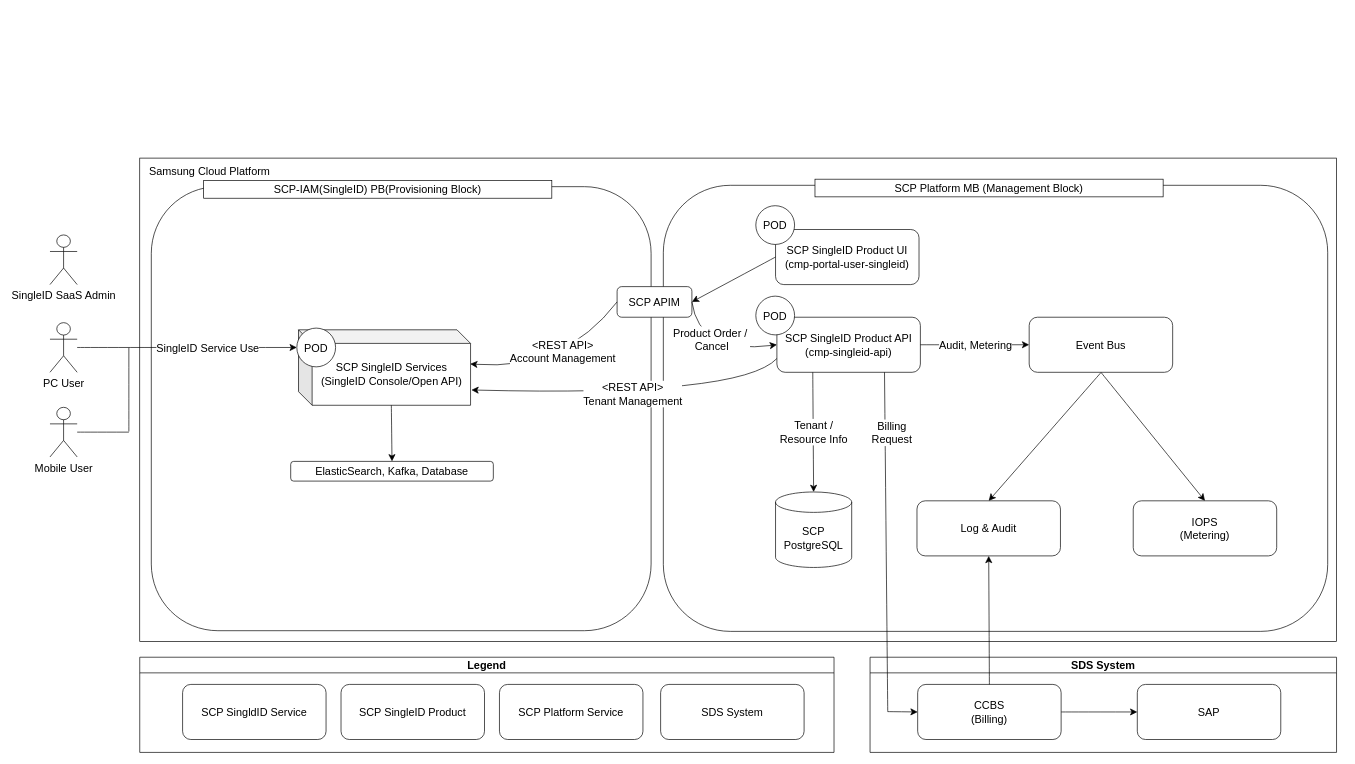
This is Projects/inCompany/cmp_singleid_api.drawio from EST-94/workflows_diagram, a draw.io file, before an edit. Source tidied: cells renumbered, new cells numbered last; positions are measured from the earlier drawing's top-left corner, leaving out a move shared by most shapes. Both pictures are drawn from the tidied source at 68%, with x=0, y=0 at pixel (50, 158).
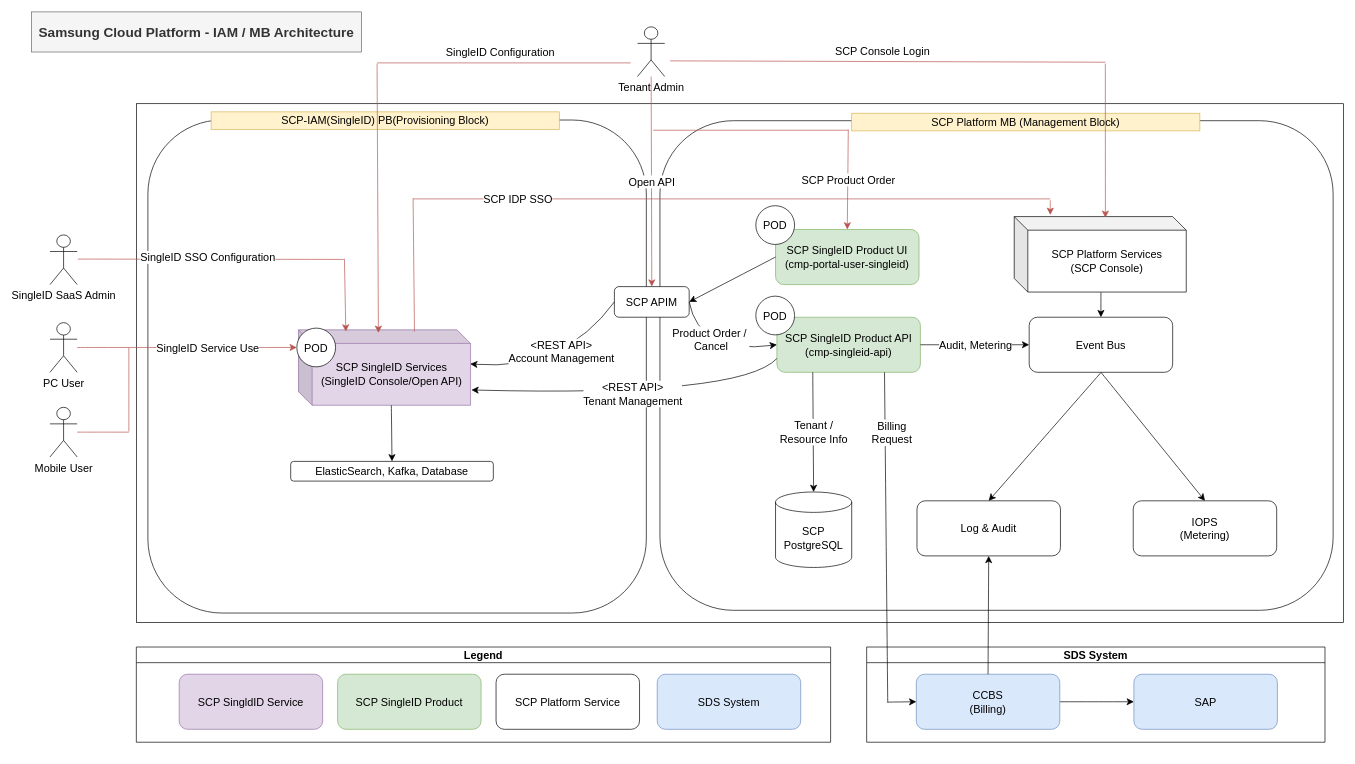
After the change.

Commit message:
IAM/MB Arch

Unchanged cells that the change refers to:
```xml
<mxCell id="13" value="Event Bus" style="rounded=1;whiteSpace=wrap;html=1;fontSize=16;" parent="1" vertex="1">
  <mxGeometry x="1440" y="234" width="211" height="81" as="geometry" />
</mxCell>
<mxCell id="36" value="POD" style="ellipse;whiteSpace=wrap;html=1;fontSize=16;" parent="1" vertex="1">
  <mxGeometry x="363" y="250" width="57" height="57" as="geometry" />
</mxCell>
<mxCell id="49" value="PC User" style="shape=umlActor;verticalLabelPosition=bottom;verticalAlign=top;html=1;outlineConnect=0;fontSize=16;" parent="1" vertex="1">
  <mxGeometry y="242" width="40" height="73" as="geometry" />
</mxCell>
<mxCell id="50" value="Mobile User" style="shape=umlActor;verticalLabelPosition=bottom;verticalAlign=top;html=1;outlineConnect=0;fontSize=16;" parent="1" vertex="1">
  <mxGeometry y="366.5" width="40" height="73" as="geometry" />
</mxCell>
```

The edit, as a diff of the source:
```diff
@@
     <mxCell id="2" style="rounded=0;whiteSpace=wrap;html=1;fontSize=16;" parent="1" vertex="1">
-      <mxGeometry x="132" width="1760" height="711" as="geometry" />
+      <mxGeometry x="127" y="-80" width="1775" height="763" as="geometry" />
     </mxCell>
-    <mxCell id="3" value="Samsung Cloud Platform" style="text;html=1;strokeColor=none;fillColor=none;align=left;verticalAlign=middle;whiteSpace=wrap;rounded=0;fontSize=16;" parent="1" vertex="1">
-      <mxGeometry x="144" y="5" width="344" height="30" as="geometry" />
+    <mxCell id="3" value="Samsung Cloud Platform - IAM / MB Architecture" style="text;html=1;strokeColor=#666666;fillColor=#f5f5f5;align=center;verticalAlign=middle;whiteSpace=wrap;rounded=0;fontSize=20;fontStyle=1;fontColor=#333333;" parent="1" vertex="1">
+      <mxGeometry x="-27" y="-215" width="485" height="59" as="geometry" />
     </mxCell>
     <mxCell id="4" style="rounded=1;whiteSpace=wrap;html=1;fontSize=16;" parent="1" vertex="1">
-      <mxGeometry x="149" y="42" width="735" height="653" as="geometry" />
+      <mxGeometry x="144" y="-56" width="733" height="725" as="geometry" />
     </mxCell>
     <mxCell id="5" style="rounded=1;whiteSpace=wrap;html=1;fontSize=16;" parent="1" vertex="1">
-      <mxGeometry x="902" y="40" width="977" height="656" as="geometry" />
+      <mxGeometry x="897" y="-55" width="990" height="720" as="geometry" />
     </mxCell>
-    <mxCell id="6" value="SCP-IAM(SingleID) PB(Provisioning Block)" style="rounded=0;whiteSpace=wrap;html=1;fontSize=16;" parent="1" vertex="1">
-      <mxGeometry x="226" y="33" width="512" height="26" as="geometry" />
+    <mxCell id="6" value="SCP-IAM(SingleID) PB(Provisioning Block)" style="rounded=0;whiteSpace=wrap;html=1;fontSize=16;fillColor=#fff2cc;strokeColor=#d6b656;" parent="1" vertex="1">
+      <mxGeometry x="237" y="-68" width="512" height="26" as="geometry" />
     </mxCell>
-    <mxCell id="7" value="SCP Platform MB (Management Block)" style="rounded=0;whiteSpace=wrap;html=1;fontSize=16;" parent="1" vertex="1">
-      <mxGeometry x="1125" y="31" width="512" height="26" as="geometry" />
+    <mxCell id="7" value="SCP Platform MB (Management Block)" style="rounded=0;whiteSpace=wrap;html=1;fontSize=16;fillColor=#fff2cc;strokeColor=#d6b656;" parent="1" vertex="1">
+      <mxGeometry x="1179" y="-66" width="512" height="26" as="geometry" />
     </mxCell>
-    <mxCell id="8" value="SCP SingleID Services&lt;br&gt;(SingleID Console/Open API)" style="shape=cube;whiteSpace=wrap;html=1;boundedLbl=1;backgroundOutline=1;darkOpacity=0.05;darkOpacity2=0.1;fontSize=16;" parent="1" vertex="1">
+    <mxCell id="8" value="SCP SingleID Services&lt;br&gt;(SingleID Console/Open API)" style="shape=cube;whiteSpace=wrap;html=1;boundedLbl=1;backgroundOutline=1;darkOpacity=0.05;darkOpacity2=0.1;fontSize=16;fillColor=#e1d5e7;strokeColor=#9673a6;" parent="1" vertex="1">
       <mxGeometry x="365.5" y="252.5" width="253" height="111" as="geometry" />
     </mxCell>
@@
-    <mxCell id="11" value="SCP SingleID Product UI&lt;br&gt;(cmp-portal-user-singleid)" style="rounded=1;whiteSpace=wrap;html=1;fontSize=16;" parent="1" vertex="1">
+    <mxCell id="11" value="SCP SingleID Product UI&lt;br&gt;(cmp-portal-user-singleid)" style="rounded=1;whiteSpace=wrap;html=1;fontSize=16;fillColor=#d5e8d4;strokeColor=#82b366;" parent="1" vertex="1">
       <mxGeometry x="1067" y="105" width="211" height="81" as="geometry" />
     </mxCell>
-    <mxCell id="12" value="SCP SingleID Product API&lt;br&gt;(cmp-singleid-api)" style="rounded=1;whiteSpace=wrap;html=1;fontSize=16;" parent="1" vertex="1">
+    <mxCell id="12" value="SCP SingleID Product API&lt;br&gt;(cmp-singleid-api)" style="rounded=1;whiteSpace=wrap;html=1;fontSize=16;fillColor=#d5e8d4;strokeColor=#82b366;" parent="1" vertex="1">
       <mxGeometry x="1069" y="234" width="211" height="81" as="geometry" />
     </mxCell>
@@
     <mxCell id="16" value="SDS System" style="swimlane;whiteSpace=wrap;html=1;fontSize=16;" parent="1" vertex="1">
-      <mxGeometry x="1206" y="734" width="686" height="140" as="geometry" />
+      <mxGeometry x="1201" y="719" width="674" height="140" as="geometry" />
     </mxCell>
@@
-    <mxCell id="18" value="CCBS&lt;br&gt;(Billing)" style="rounded=1;whiteSpace=wrap;html=1;fontSize=16;" parent="16" vertex="1">
-      <mxGeometry x="70" y="40" width="211" height="81" as="geometry" />
+    <mxCell id="18" value="CCBS&lt;br&gt;(Billing)" style="rounded=1;whiteSpace=wrap;html=1;fontSize=16;fillColor=#dae8fc;strokeColor=#6c8ebf;" parent="16" vertex="1">
+      <mxGeometry x="73" y="40" width="211" height="81" as="geometry" />
     </mxCell>
-    <mxCell id="19" value="SAP" style="rounded=1;whiteSpace=wrap;html=1;fontSize=16;" parent="16" vertex="1">
+    <mxCell id="19" value="SAP" style="rounded=1;whiteSpace=wrap;html=1;fontSize=16;fillColor=#dae8fc;strokeColor=#6c8ebf;" parent="16" vertex="1">
       <mxGeometry x="393" y="40" width="211" height="81" as="geometry" />
     </mxCell>
@@
     <mxCell id="26" style="endArrow=none;html=1;rounded=0;fontSize=12;startSize=8;endSize=8;curved=1;entryX=0.75;entryY=1;entryDx=0;entryDy=0;" parent="1" edge="1" target="12">
       <mxGeometry relative="1" as="geometry">
-        <mxPoint x="1232" y="814" as="sourcePoint" />
+        <mxPoint x="1232" y="801" as="sourcePoint" />
       </mxGeometry>
     </mxCell>
     <mxCell id="27" style="endArrow=classic;html=1;rounded=0;fontSize=12;startSize=8;endSize=8;curved=1;entryX=0;entryY=0.5;entryDx=0;entryDy=0;" parent="1" edge="1" target="18">
       <mxGeometry relative="1" as="geometry">
-        <mxPoint x="1232" y="814" as="sourcePoint" />
+        <mxPoint x="1232" y="800" as="sourcePoint" />
       </mxGeometry>
     </mxCell>
@@
     <mxCell id="31" value="SCP APIM" style="rounded=1;whiteSpace=wrap;html=1;fontSize=16;" parent="1" vertex="1">
-      <mxGeometry x="834" y="189" width="110" height="45" as="geometry" />
+      <mxGeometry x="830" y="189" width="110" height="45" as="geometry" />
     </mxCell>
@@
     <mxCell id="42" value="Legend" style="swimlane;whiteSpace=wrap;html=1;fontSize=16;" parent="1" vertex="1">
-      <mxGeometry x="132" y="734" width="1021" height="140" as="geometry" />
+      <mxGeometry x="127" y="719" width="1021" height="140" as="geometry" />
     </mxCell>
-    <mxCell id="43" value="SCP SingldID Service" style="rounded=1;whiteSpace=wrap;html=1;fontSize=16;" parent="42" vertex="1">
+    <mxCell id="43" value="SCP SingldID Service" style="rounded=1;whiteSpace=wrap;html=1;fontSize=16;fillColor=#e1d5e7;strokeColor=#9673a6;" parent="42" vertex="1">
       <mxGeometry x="63" y="40" width="211" height="81" as="geometry" />
     </mxCell>
-    <mxCell id="44" value="SCP SingleID Product" style="rounded=1;whiteSpace=wrap;html=1;fontSize=16;" parent="42" vertex="1">
+    <mxCell id="44" value="SCP SingleID Product" style="rounded=1;whiteSpace=wrap;html=1;fontSize=16;fillColor=#d5e8d4;strokeColor=#82b366;" parent="42" vertex="1">
       <mxGeometry x="296" y="40" width="211" height="81" as="geometry" />
     </mxCell>
@@
-    <mxCell id="46" value="SDS System" style="rounded=1;whiteSpace=wrap;html=1;fontSize=16;" parent="42" vertex="1">
+    <mxCell id="46" value="SDS System" style="rounded=1;whiteSpace=wrap;html=1;fontSize=16;fillColor=#dae8fc;strokeColor=#6c8ebf;" parent="42" vertex="1">
       <mxGeometry x="766" y="40" width="211" height="81" as="geometry" />
     </mxCell>
@@
-    <mxCell id="48" style="edgeStyle=none;curved=1;rounded=0;jettySize=auto;html=1;fontSize=12;startSize=8;endSize=8;entryX=0;entryY=0.5;entryDx=0;entryDy=0;" parent="1" edge="1" source="49" target="36">
+    <mxCell id="48" style="edgeStyle=none;curved=1;rounded=0;jettySize=auto;html=1;fontSize=12;startSize=8;endSize=8;entryX=0;entryY=0.5;entryDx=0;entryDy=0;fillColor=#f8cecc;strokeColor=#b85450;" parent="1" edge="1" source="49" target="36">
       <mxGeometry relative="1" as="geometry" />
     </mxCell>
@@
-    <mxCell id="51" style="endArrow=none;html=1;rounded=0;fontSize=12;startSize=8;endSize=8;curved=1;" parent="1" edge="1" source="50">
+    <mxCell id="51" style="endArrow=none;html=1;rounded=0;fontSize=12;startSize=8;endSize=8;curved=1;fillColor=#f8cecc;strokeColor=#b85450;" parent="1" edge="1" source="50">
       <mxGeometry relative="1" as="geometry">
         <mxPoint x="116" y="403" as="targetPoint" />
       </mxGeometry>
     </mxCell>
-    <mxCell id="52" style="endArrow=none;html=1;rounded=0;fontSize=12;startSize=8;endSize=8;curved=1;" parent="1" edge="1">
+    <mxCell id="52" style="endArrow=none;html=1;rounded=0;fontSize=12;startSize=8;endSize=8;curved=1;fillColor=#f8cecc;strokeColor=#b85450;" parent="1" edge="1">
       <mxGeometry relative="1" as="geometry">
         <mxPoint x="116" y="402" as="sourcePoint" />
         <mxPoint x="116" y="279" as="targetPoint" />
       </mxGeometry>
     </mxCell>
@@
+    <mxCell id="54" style="endArrow=classic;html=1;rounded=0;fontSize=12;startSize=8;endSize=8;curved=1;entryX=0.275;entryY=0.023;entryDx=0;entryDy=0;entryPerimeter=0;fillColor=#f8cecc;strokeColor=#b85450;" parent="1" edge="1" target="8">
+      <mxGeometry relative="1" as="geometry">
+        <mxPoint x="433" y="148" as="sourcePoint" />
+      </mxGeometry>
+    </mxCell>
+    <mxCell id="55" style="endArrow=none;html=1;rounded=0;fontSize=12;startSize=8;endSize=8;curved=1;fillColor=#f8cecc;strokeColor=#b85450;" parent="1" edge="1">
+      <mxGeometry relative="1" as="geometry">
+        <mxPoint x="41" y="148.5" as="sourcePoint" />
+        <mxPoint x="432" y="149" as="targetPoint" />
+      </mxGeometry>
+    </mxCell>
+    <mxCell id="56" value="SingleID SSO Configuration" style="edgeLabel;html=1;align=center;verticalAlign=middle;fontSize=16;" parent="1" vertex="1">
+      <mxGeometry x="231" y="145.5" as="geometry" />
+    </mxCell>
+    <mxCell id="57" value="Tenant Admin" style="shape=umlActor;verticalLabelPosition=bottom;verticalAlign=top;html=1;outlineConnect=0;fontSize=16;" parent="1" vertex="1">
+      <mxGeometry x="864" y="-193" width="40" height="73" as="geometry" />
+    </mxCell>
+    <mxCell id="58" style="endArrow=classic;html=1;rounded=0;fontSize=12;startSize=8;endSize=8;curved=1;entryX=0.5;entryY=0;entryDx=0;entryDy=0;fillColor=#f8cecc;strokeColor=#b85450;" parent="1" edge="1" source="57" target="31">
+      <mxGeometry relative="1" as="geometry" />
+    </mxCell>
+    <mxCell id="59" value="Open API" style="edgeLabel;html=1;align=center;verticalAlign=middle;fontSize=16;" parent="58" vertex="1">
+      <mxGeometry relative="1" as="geometry" />
+    </mxCell>
+    <mxCell id="60" style="endArrow=none;html=1;rounded=0;fontSize=12;startSize=8;endSize=8;curved=1;exitX=0.674;exitY=0.023;exitDx=0;exitDy=0;exitPerimeter=0;fillColor=#f8cecc;strokeColor=#b85450;" parent="1" edge="1" source="8">
+      <mxGeometry relative="1" as="geometry">
+        <mxPoint x="534" y="59" as="targetPoint" />
+      </mxGeometry>
+    </mxCell>
+    <mxCell id="61" style="endArrow=none;html=1;rounded=0;fontSize=12;startSize=8;endSize=8;curved=1;fillColor=#f8cecc;strokeColor=#b85450;" parent="1" edge="1">
+      <mxGeometry relative="1" as="geometry">
+        <mxPoint x="887" y="-41" as="sourcePoint" />
+        <mxPoint x="1174" y="-41" as="targetPoint" />
+      </mxGeometry>
+    </mxCell>
+    <mxCell id="62" style="endArrow=classic;html=1;rounded=0;fontSize=12;startSize=8;endSize=8;curved=1;entryX=0.5;entryY=0;entryDx=0;entryDy=0;fillColor=#f8cecc;strokeColor=#b85450;" parent="1" edge="1" target="11">
+      <mxGeometry relative="1" as="geometry">
+        <mxPoint x="1174" y="-42" as="sourcePoint" />
+      </mxGeometry>
+    </mxCell>
+    <mxCell id="63" value="SCP Product Order" style="edgeLabel;html=1;align=center;verticalAlign=middle;fontSize=16;" parent="62" vertex="1">
+      <mxGeometry relative="1" as="geometry" />
+    </mxCell>
+    <mxCell id="64" style="endArrow=classic;html=1;rounded=0;fontSize=12;startSize=8;endSize=8;curved=1;entryX=0.5;entryY=0;entryDx=0;entryDy=0;fillColor=#f8cecc;strokeColor=#b85450;" parent="1" edge="1">
+      <mxGeometry relative="1" as="geometry">
+        <mxPoint x="481" y="-139" as="sourcePoint" />
+        <mxPoint x="483" y="257" as="targetPoint" />
+      </mxGeometry>
+    </mxCell>
+    <mxCell id="65" value="SingleID Configuration" style="edgeLabel;html=1;align=center;verticalAlign=middle;fontSize=16;" parent="64" vertex="1">
+      <mxGeometry relative="1" as="geometry">
+        <mxPoint x="180" y="-215" as="offset" />
+      </mxGeometry>
+    </mxCell>
+    <mxCell id="66" style="endArrow=none;html=1;rounded=0;fontSize=12;startSize=8;endSize=8;curved=1;fillColor=#f8cecc;strokeColor=#b85450;" parent="1" edge="1">
+      <mxGeometry relative="1" as="geometry">
+        <mxPoint x="481" y="-140" as="sourcePoint" />
+        <mxPoint x="854" y="-140" as="targetPoint" />
+      </mxGeometry>
+    </mxCell>
+    <mxCell id="67" value="SCP Platform Services&lt;br&gt;(SCP Console)" style="shape=cube;whiteSpace=wrap;html=1;boundedLbl=1;backgroundOutline=1;darkOpacity=0.05;darkOpacity2=0.1;fontSize=16;" parent="1" vertex="1">
+      <mxGeometry x="1418" y="86" width="253" height="111" as="geometry" />
+    </mxCell>
+    <mxCell id="68" style="endArrow=classic;html=1;rounded=0;fontSize=12;startSize=8;endSize=8;curved=1;entryX=0.5;entryY=0;entryDx=0;entryDy=0;exitX=0.504;exitY=1.003;exitDx=0;exitDy=0;exitPerimeter=0;" parent="1" edge="1" source="67" target="13">
+      <mxGeometry relative="1" as="geometry" />
+    </mxCell>
+    <mxCell id="69" style="endArrow=none;html=1;rounded=0;fontSize=12;startSize=8;endSize=8;curved=1;fillColor=#f8cecc;strokeColor=#b85450;" parent="1" edge="1">
+      <mxGeometry relative="1" as="geometry">
+        <mxPoint x="534" y="60" as="sourcePoint" />
+        <mxPoint x="1471" y="60" as="targetPoint" />
+      </mxGeometry>
+    </mxCell>
+    <mxCell id="70" style="endArrow=classic;html=1;rounded=0;fontSize=12;startSize=8;endSize=8;curved=1;entryX=0.198;entryY=-0.022;entryDx=0;entryDy=0;entryPerimeter=0;fillColor=#f8cecc;strokeColor=#b85450;" parent="1" edge="1">
+      <mxGeometry relative="1" as="geometry">
+        <mxPoint x="1471" y="62" as="sourcePoint" />
+        <mxPoint x="1471.1" y="83.6" as="targetPoint" />
+      </mxGeometry>
+    </mxCell>
+    <mxCell id="71" value="SCP IDP SSO" style="edgeLabel;html=1;align=center;verticalAlign=middle;fontSize=16;" parent="1" vertex="1">
+      <mxGeometry x="687" y="59" as="geometry" />
+    </mxCell>
+    <mxCell id="72" style="endArrow=none;html=1;rounded=0;fontSize=12;startSize=8;endSize=8;curved=1;fillColor=#f8cecc;strokeColor=#b85450;" parent="1" edge="1">
+      <mxGeometry relative="1" as="geometry">
+        <mxPoint x="912" y="-143" as="sourcePoint" />
+        <mxPoint x="1552" y="-141" as="targetPoint" />
+      </mxGeometry>
+    </mxCell>
+    <mxCell id="73" style="endArrow=classic;html=1;rounded=0;fontSize=12;startSize=8;endSize=8;curved=1;entryX=0.53;entryY=0.016;entryDx=0;entryDy=0;entryPerimeter=0;fillColor=#f8cecc;strokeColor=#b85450;" parent="1" edge="1" target="67">
+      <mxGeometry relative="1" as="geometry">
+        <mxPoint x="1552" y="-139" as="sourcePoint" />
+      </mxGeometry>
+    </mxCell>
+    <mxCell id="74" value="SCP Console Login" style="edgeLabel;html=1;align=center;verticalAlign=middle;fontSize=16;" parent="73" vertex="1">
+      <mxGeometry relative="1" as="geometry">
+        <mxPoint x="-329" y="-131" as="offset" />
+      </mxGeometry>
+    </mxCell>
```
